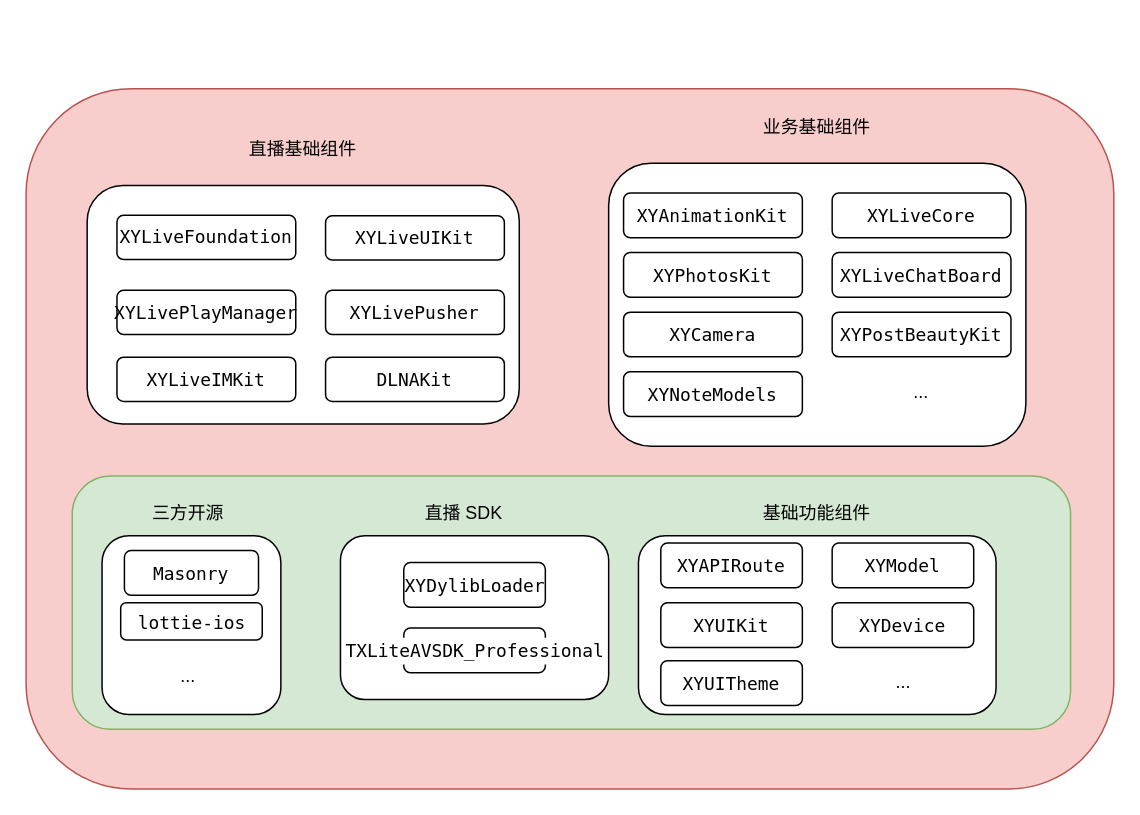
Above: 小红书/Alpha_XYLiveKit依赖现状.drawio in ygg29/UML (draw.io), before the change. Source tidied: cells renumbered, new cells numbered last; positions are measured from the earlier drawing's top-left corner, leaving out a move shared by most shapes. Both pictures are drawn from the tidied source at 149%, with x=0, y=0 at pixel (25, 88).
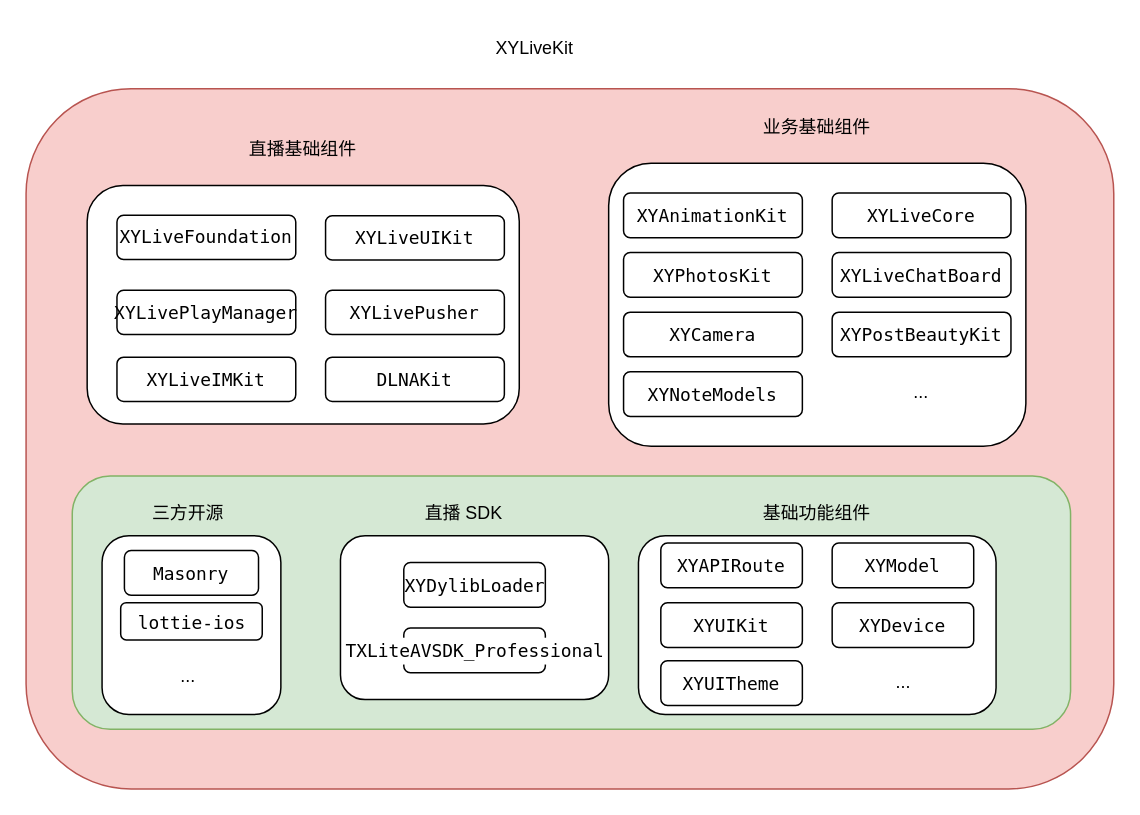
The same diagram, later.

Commit message (it also covers changes not shown here):
更新Alpha_XYLiveKit依赖现状.drawio

What changed in the source:
```diff
@@
+    <mxCell id="44" value="XYLiveKit" style="text;html=1;align=center;verticalAlign=middle;strokeColor=none;fillColor=none;" parent="1" vertex="1">
+      <mxGeometry x="301" y="-42" width="80" height="30" as="geometry" />
+    </mxCell>
```
